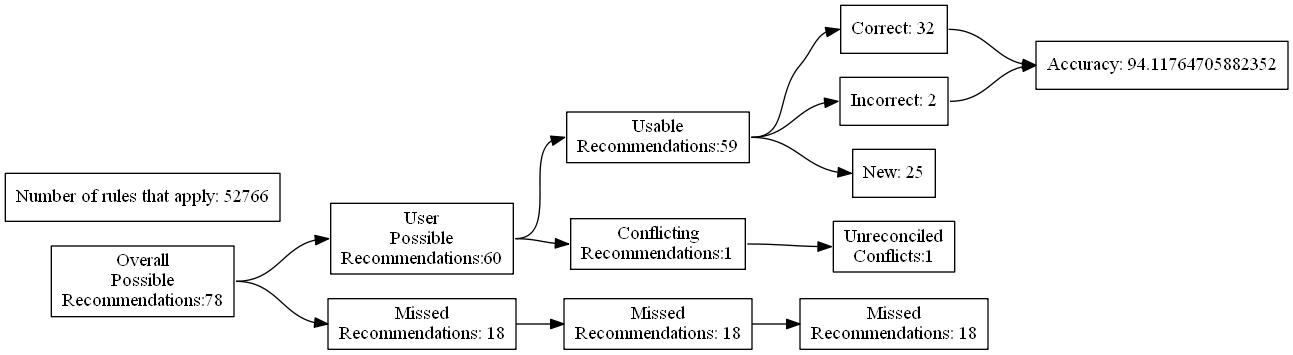
Earlier version of the Graphviz export test_renders/14.gv.png (ZaxR/ibd_diet_analysis). Its source is kept beside it as test_renders/14.gv.
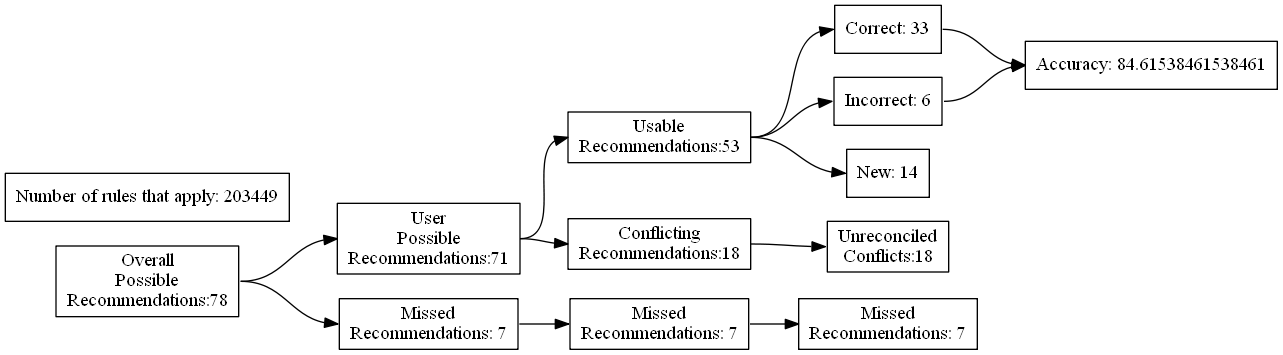
After the commit.

Change to the diagram source:
```diff
@@ -7,24 +7,24 @@
 Recommendations:78"]
 		B [label="User
 Possible
-Recommendations:60"]
+Recommendations:71"]
 		C [label="Missed
-Recommendations: 18"]
+Recommendations: 7"]
 		D [label="Usable
-Recommendations:59"]
+Recommendations:53"]
 		E [label="Conflicting
-Recommendations:1"]
+Recommendations:18"]
 		J [label="Missed
-Recommendations: 18"]
+Recommendations: 7"]
 		M [label="Unreconciled
-Conflicts:1"]
-		F [label="Correct: 32"]
-		G [label="Incorrect: 2"]
-		H [label="New: 25"]
+Conflicts:18"]
+		F [label="Correct: 33"]
+		G [label="Incorrect: 6"]
+		H [label="New: 14"]
 		K [label="Missed
-Recommendations: 18"]
-		I [label="Accuracy: 94.11764705882352"]
-		l [label="Number of rules that apply: 52766"]
+Recommendations: 7"]
+		I [label="Accuracy: 84.61538461538461"]
+		l [label="Number of rules that apply: 203449"]
 			A -> B
 			A -> C
 			B -> D
```
